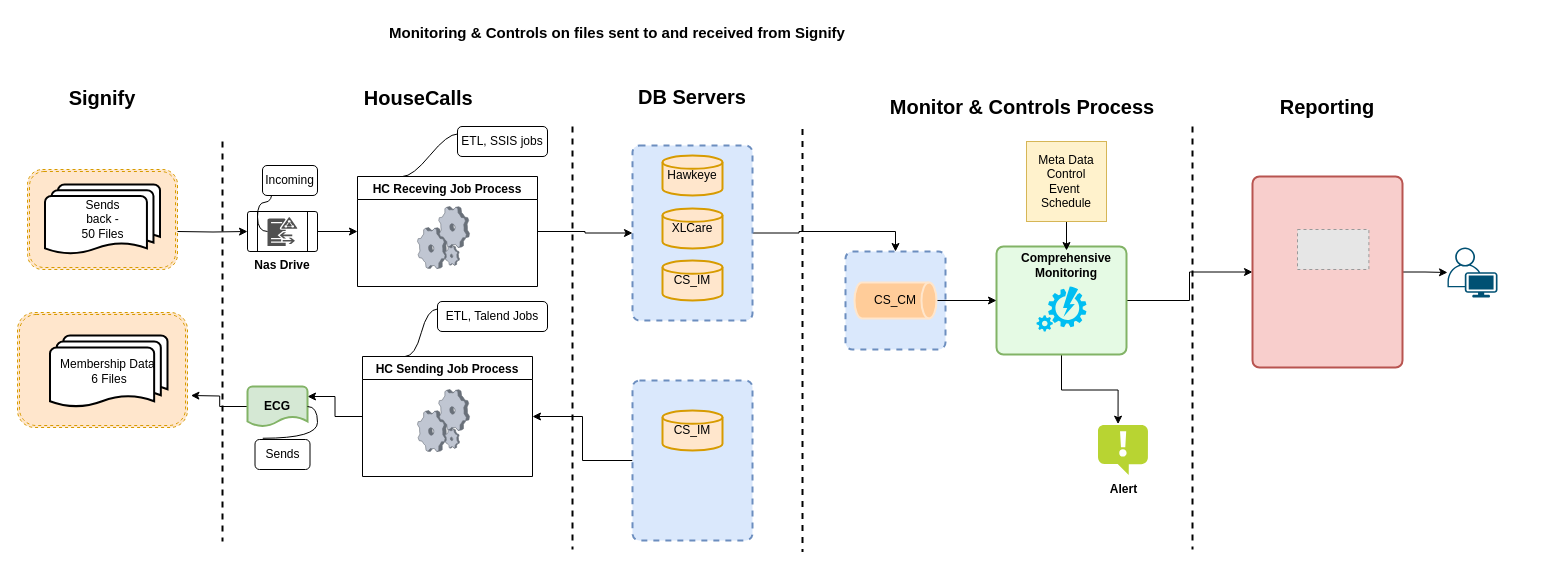
Earlier version of the draw.io diagram Solution.drawio (rajatechserve/mobitech). Source tidied: cells renumbered, new cells numbered last; positions are measured from the earlier drawing's top-left corner, leaving out a move shared by most shapes. Both pictures are drawn from the tidied source at 100%, with x=0, y=0 at pixel (17, 17). Pictures stored in the file or linked from it are replaced by grey dashed boxes.
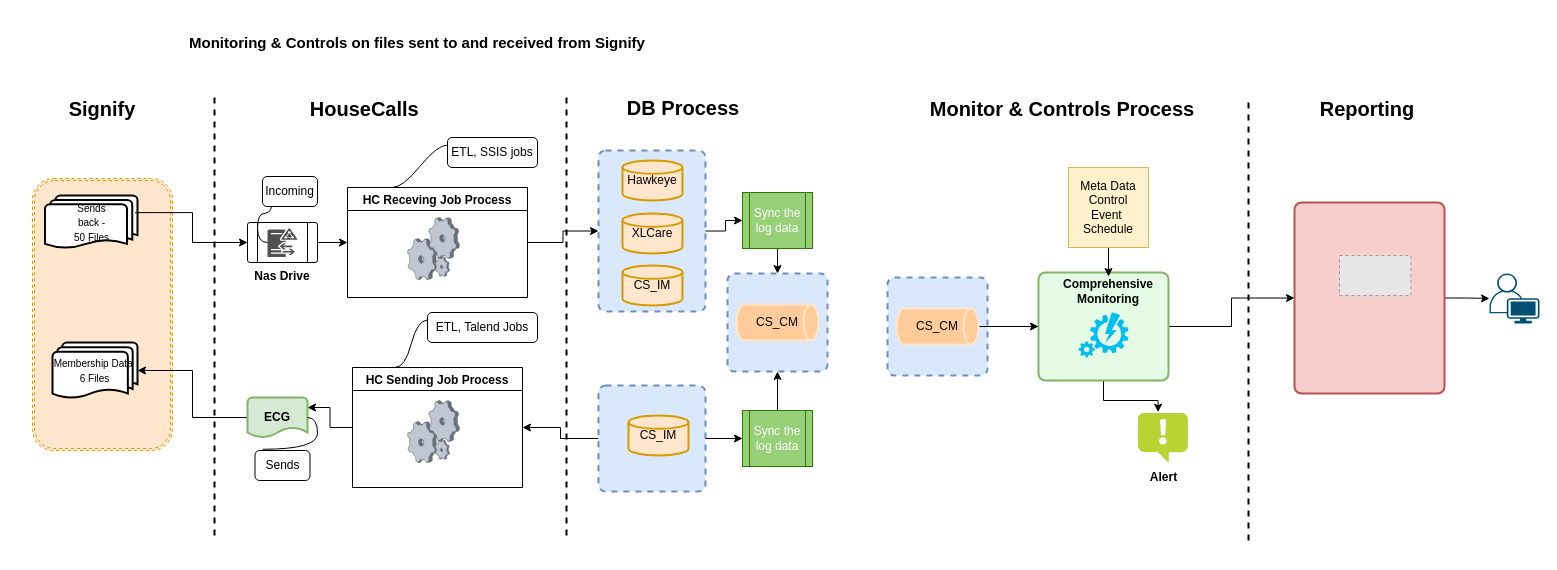
The same diagram, later.

What changed in the source:
```diff
@@
+    <mxCell id="59" style="rounded=1;whiteSpace=wrap;html=1;absoluteArcSize=1;arcSize=14;strokeWidth=2;fillColor=#dae8fc;strokeColor=#6c8ebf;dashed=1;" parent="1" vertex="1">
+      <mxGeometry x="710" y="256" width="100" height="98" as="geometry" />
+    </mxCell>
@@
     <mxCell id="3" style="rounded=1;whiteSpace=wrap;html=1;absoluteArcSize=1;arcSize=14;strokeWidth=2;fillColor=#dae8fc;strokeColor=#6c8ebf;dashed=1;" parent="1" vertex="1">
-      <mxGeometry x="615" y="363" width="120" height="160" as="geometry" />
+      <mxGeometry x="581" y="368" width="107" height="106" as="geometry" />
     </mxCell>
-    <mxCell id="4" style="edgeStyle=orthogonalEdgeStyle;rounded=0;jettySize=auto;html=1;entryX=0.5;entryY=0;entryDx=0;entryDy=0;" parent="1" edge="1" source="5" target="37">
-      <mxGeometry relative="1" as="geometry" />
-    </mxCell>
     <mxCell id="5" style="rounded=1;whiteSpace=wrap;html=1;absoluteArcSize=1;arcSize=14;strokeWidth=2;fillColor=#dae8fc;strokeColor=#6c8ebf;dashed=1;" parent="1" vertex="1">
-      <mxGeometry x="615" y="128" width="120" height="175" as="geometry" />
+      <mxGeometry x="581" y="133" width="107" height="161" as="geometry" />
     </mxCell>
     <mxCell id="6" style="line;strokeWidth=2;direction=south;html=1;dashed=1;" parent="1" vertex="1">
-      <mxGeometry x="200" y="124" width="10" height="400" as="geometry" />
+      <mxGeometry x="192" y="80" width="10" height="440" as="geometry" />
     </mxCell>
-    <mxCell id="7" style="shape=ext;double=1;rounded=1;whiteSpace=wrap;html=1;fillColor=#ffe6cc;strokeColor=#d79b00;dashed=1;" parent="1" vertex="1">
-      <mxGeometry y="295" width="170" height="115" as="geometry" />
-    </mxCell>
@@
     <mxCell id="9" style="shape=ext;double=1;rounded=1;whiteSpace=wrap;html=1;fillColor=#ffe6cc;strokeColor=#d79b00;dashed=1;" parent="1" vertex="1">
-      <mxGeometry x="10" y="152" width="150" height="100" as="geometry" />
+      <mxGeometry x="15" y="161" width="140" height="272" as="geometry" />
     </mxCell>
@@
     <mxCell id="11" value="HC Receving Job Process" style="swimlane;" parent="1" vertex="1">
-      <mxGeometry x="340" y="159" width="180" height="110" as="geometry" />
+      <mxGeometry x="330" y="170" width="180" height="110" as="geometry" />
     </mxCell>
@@
     <mxCell id="13" value="Hawkeye" style="strokeWidth=2;html=1;shape=mxgraph.flowchart.database;whiteSpace=wrap;fillColor=#ffe6cc;strokeColor=#d79b00;" parent="1" vertex="1">
-      <mxGeometry x="645" y="138" width="60" height="40" as="geometry" />
+      <mxGeometry x="605" y="143" width="60" height="40" as="geometry" />
     </mxCell>
     <mxCell id="14" style="line;strokeWidth=2;direction=south;html=1;dashed=1;" parent="1" vertex="1">
-      <mxGeometry x="540" y="109" width="30" height="423" as="geometry" />
+      <mxGeometry x="534" y="80" width="30" height="440" as="geometry" />
     </mxCell>
     <mxCell id="15" value="Signify" style="text;strokeColor=none;align=center;fillColor=none;html=1;verticalAlign=middle;whiteSpace=wrap;rounded=0;fontStyle=1;fontSize=20;" parent="1" vertex="1">
-      <mxGeometry x="55" y="65" width="60" height="30" as="geometry" />
+      <mxGeometry x="55" y="76" width="60" height="30" as="geometry" />
     </mxCell>
-    <mxCell id="16" value="Membership Data&amp;nbsp;&lt;br&gt;6 Files" style="strokeWidth=2;html=1;shape=mxgraph.flowchart.multi-document;whiteSpace=wrap;" parent="1" vertex="1">
-      <mxGeometry x="32.5" y="318" width="117.5" height="72" as="geometry" />
+    <mxCell id="16" value="&lt;font style=&quot;font-size: 10px;&quot;&gt;Membership Data&amp;nbsp;&lt;br&gt;6 Files&lt;/font&gt;" style="strokeWidth=2;html=1;shape=mxgraph.flowchart.multi-document;whiteSpace=wrap;" parent="1" vertex="1">
+      <mxGeometry x="35" y="325" width="85" height="56" as="geometry" />
     </mxCell>
-    <mxCell id="17" value="Sends&lt;br/&gt;back&amp;nbsp;- &lt;br&gt;50 Files" style="strokeWidth=2;html=1;shape=mxgraph.flowchart.multi-document;whiteSpace=wrap;" parent="1" vertex="1">
-      <mxGeometry x="27.5" y="167" width="115" height="70" as="geometry" />
+    <mxCell id="17" value="&lt;font style=&quot;font-size: 10px;&quot;&gt;Sends&lt;br&gt;back&amp;nbsp;- &lt;br&gt;50 Files&lt;/font&gt;" style="strokeWidth=2;html=1;shape=mxgraph.flowchart.multi-document;whiteSpace=wrap;" parent="1" vertex="1">
+      <mxGeometry x="27.5" y="178" width="92.5" height="53" as="geometry" />
     </mxCell>
     <mxCell id="18" value="HouseCalls&amp;nbsp;" style="text;strokeColor=none;align=center;fillColor=none;html=1;verticalAlign=middle;whiteSpace=wrap;rounded=0;fontStyle=1;fontSize=20;" parent="1" vertex="1">
-      <mxGeometry x="374" y="65" width="60" height="30" as="geometry" />
+      <mxGeometry x="320" y="76" width="60" height="30" as="geometry" />
     </mxCell>
-    <mxCell id="19" value="DB Servers" style="text;strokeColor=none;align=center;fillColor=none;html=1;verticalAlign=middle;whiteSpace=wrap;rounded=0;fontStyle=1;fontSize=20;" parent="1" vertex="1">
-      <mxGeometry x="590" y="64" width="170" height="30" as="geometry" />
+    <mxCell id="19" value="DB Process" style="text;strokeColor=none;align=center;fillColor=none;html=1;verticalAlign=middle;whiteSpace=wrap;rounded=0;fontStyle=1;fontSize=20;" parent="1" vertex="1">
+      <mxGeometry x="581" y="75" width="170" height="30" as="geometry" />
     </mxCell>
-    <mxCell id="20" style="edgeStyle=orthogonalEdgeStyle;rounded=0;jettySize=auto;html=1;entryX=1.02;entryY=0.6;entryDx=0;entryDy=0;entryPerimeter=0;exitX=0;exitY=0.5;exitDx=0;exitDy=0;exitPerimeter=0;" parent="1" edge="1" source="30">
-      <mxGeometry relative="1" as="geometry">
-        <mxPoint x="173.4" y="378" as="targetPoint" />
-      </mxGeometry>
+    <mxCell id="20" style="edgeStyle=orthogonalEdgeStyle;rounded=0;jettySize=auto;html=1;entryX=1;entryY=0.5;entryDx=0;entryDy=0;entryPerimeter=0;exitX=0;exitY=0.5;exitDx=0;exitDy=0;exitPerimeter=0;" parent="1" edge="1" source="30" target="16">
+      <mxGeometry relative="1" as="geometry" />
     </mxCell>
@@
     <mxCell id="22" value="HC Sending Job Process" style="swimlane;" parent="1" vertex="1">
-      <mxGeometry x="345" y="339" width="170" height="120" as="geometry" />
+      <mxGeometry x="335" y="350" width="170" height="120" as="geometry" />
     </mxCell>
@@
     <mxCell id="24" value="XLCare" style="strokeWidth=2;html=1;shape=mxgraph.flowchart.database;whiteSpace=wrap;fillColor=#ffe6cc;strokeColor=#d79b00;" parent="1" vertex="1">
-      <mxGeometry x="645" y="191" width="60" height="40" as="geometry" />
+      <mxGeometry x="605" y="196" width="60" height="40" as="geometry" />
     </mxCell>
     <mxCell id="25" value="CS_IM" style="strokeWidth=2;html=1;shape=mxgraph.flowchart.database;whiteSpace=wrap;fillColor=#ffe6cc;strokeColor=#d79b00;" parent="1" vertex="1">
-      <mxGeometry x="645" y="243" width="60" height="40" as="geometry" />
+      <mxGeometry x="605" y="248" width="60" height="40" as="geometry" />
     </mxCell>
     <mxCell id="26" value="CS_IM" style="strokeWidth=2;html=1;shape=mxgraph.flowchart.database;whiteSpace=wrap;fillColor=#ffe6cc;strokeColor=#d79b00;" parent="1" vertex="1">
-      <mxGeometry x="645" y="393" width="60" height="40" as="geometry" />
+      <mxGeometry x="611" y="398" width="60" height="40" as="geometry" />
     </mxCell>
-    <mxCell id="27" style="edgeStyle=orthogonalEdgeStyle;rounded=0;jettySize=auto;html=1;entryX=0;entryY=0.5;entryDx=0;entryDy=0;" parent="1" edge="1" target="28">
-      <mxGeometry relative="1" as="geometry">
-        <mxPoint x="160" y="214" as="sourcePoint" />
-      </mxGeometry>
+    <mxCell id="27" style="edgeStyle=orthogonalEdgeStyle;rounded=0;jettySize=auto;html=1;entryX=0;entryY=0.5;entryDx=0;entryDy=0;exitX=0.973;exitY=0.323;exitDx=0;exitDy=0;exitPerimeter=0;" parent="1" edge="1" source="17" target="28">
+      <mxGeometry relative="1" as="geometry" />
     </mxCell>
     <mxCell id="28" value="&lt;b&gt;Nas Drive&lt;/b&gt;" style="verticalLabelPosition=bottom;verticalAlign=top;html=1;shape=process;whiteSpace=wrap;rounded=1;size=0.14;arcSize=6;" parent="1" vertex="1">
-      <mxGeometry x="230" y="194" width="70" height="40" as="geometry" />
+      <mxGeometry x="230" y="205" width="70" height="40" as="geometry" />
     </mxCell>
     <mxCell id="29" style="sketch=0;shadow=0;dashed=0;html=1;strokeColor=none;fillColor=#505050;labelPosition=center;verticalLabelPosition=bottom;verticalAlign=top;outlineConnect=0;align=center;shape=mxgraph.office.servers.active_directory_federation_services_proxy;" parent="1" vertex="1">
-      <mxGeometry x="250" y="199.6" width="30" height="28.8" as="geometry" />
+      <mxGeometry x="250" y="210.6" width="30" height="28.8" as="geometry" />
     </mxCell>
     <mxCell id="30" value="&lt;b&gt;ECG&lt;/b&gt;" style="strokeWidth=2;html=1;shape=mxgraph.flowchart.document2;whiteSpace=wrap;size=0.25;fillColor=#d5e8d4;strokeColor=#82b366;" parent="1" vertex="1">
-      <mxGeometry x="230" y="369" width="60" height="40" as="geometry" />
+      <mxGeometry x="230" y="380" width="60" height="40" as="geometry" />
     </mxCell>
@@
     <mxCell id="32" value="ETL, SSIS jobs" style="rounded=1;whiteSpace=wrap;html=1;" parent="1" vertex="1">
-      <mxGeometry x="440" y="109" width="90" height="30" as="geometry" />
+      <mxGeometry x="430" y="120" width="90" height="30" as="geometry" />
     </mxCell>
     <mxCell id="33" value="ETL, Talend Jobs" style="rounded=1;whiteSpace=wrap;html=1;" parent="1" vertex="1">
-      <mxGeometry x="420" y="284" width="110" height="30" as="geometry" />
+      <mxGeometry x="410" y="295" width="110" height="30" as="geometry" />
     </mxCell>
@@
-    <mxCell id="35" style="line;strokeWidth=2;direction=south;html=1;dashed=1;" parent="1" vertex="1">
-      <mxGeometry x="770" y="111.5" width="30" height="423" as="geometry" />
-    </mxCell>
     <mxCell id="36" value="Reporting" style="text;strokeColor=none;align=center;fillColor=none;html=1;verticalAlign=middle;whiteSpace=wrap;rounded=0;fontStyle=1;fontSize=20;" parent="1" vertex="1">
-      <mxGeometry x="1220" y="74" width="180" height="30" as="geometry" />
+      <mxGeometry x="1260" y="76" width="180" height="30" as="geometry" />
     </mxCell>
     <mxCell id="37" style="rounded=1;whiteSpace=wrap;html=1;absoluteArcSize=1;arcSize=14;strokeWidth=2;fillColor=#dae8fc;strokeColor=#6c8ebf;dashed=1;" parent="1" vertex="1">
-      <mxGeometry x="828" y="234" width="100" height="98" as="geometry" />
+      <mxGeometry x="870" y="260" width="100" height="98" as="geometry" />
     </mxCell>
@@
     <mxCell id="40" style="rounded=1;whiteSpace=wrap;html=1;absoluteArcSize=1;arcSize=14;strokeWidth=2;fillColor=#E5FAE4;strokeColor=#82b366;" parent="1" vertex="1">
-      <mxGeometry x="979" y="229" width="130" height="108" as="geometry" />
+      <mxGeometry x="1021" y="255" width="130" height="108" as="geometry" />
     </mxCell>
@@
     <mxCell id="42" value="Meta Data&lt;br&gt;Control&lt;br&gt;Event&amp;nbsp;&lt;br&gt;Schedule" style="whiteSpace=wrap;html=1;fillColor=#fff2cc;strokeColor=#d6b656;" parent="1" vertex="1">
-      <mxGeometry x="1009" y="124" width="80" height="80" as="geometry" />
+      <mxGeometry x="1051" y="150" width="80" height="80" as="geometry" />
     </mxCell>
     <mxCell id="43" style="verticalLabelPosition=bottom;html=1;verticalAlign=top;align=center;strokeColor=none;fillColor=#00BEF2;shape=mxgraph.azure.automation;" parent="1" vertex="1">
-      <mxGeometry x="1019" y="269" width="50" height="45" as="geometry" />
+      <mxGeometry x="1061" y="295" width="50" height="45" as="geometry" />
     </mxCell>
     <mxCell id="44" value="Comprehensive Monitoring" style="text;strokeColor=none;align=center;fillColor=none;html=1;verticalAlign=middle;whiteSpace=wrap;rounded=0;fontStyle=1;" parent="1" vertex="1">
-      <mxGeometry x="1019" y="233" width="60" height="30" as="geometry" />
+      <mxGeometry x="1061" y="259" width="60" height="30" as="geometry" />
     </mxCell>
     <mxCell id="45" value="&lt;b&gt;Alert&lt;/b&gt;" style="image;sketch=0;html=1;points=[];align=center;fontSize=12;image=img/lib/mscae/Notification.svg;" parent="1" vertex="1">
-      <mxGeometry x="1081" y="408" width="50" height="50" as="geometry" />
+      <mxGeometry x="1121" y="396" width="50" height="50" as="geometry" />
     </mxCell>
     <mxCell id="46" style="line;strokeWidth=2;direction=south;html=1;dashed=1;" parent="1" vertex="1">
-      <mxGeometry x="1160" y="109" width="30" height="423" as="geometry" />
+      <mxGeometry x="1216" y="85" width="30" height="440" as="geometry" />
     </mxCell>
@@
     <mxCell id="48" value="Incoming" style="rounded=1;whiteSpace=wrap;html=1;" parent="1" vertex="1">
-      <mxGeometry x="245" y="148" width="55" height="30" as="geometry" />
+      <mxGeometry x="245" y="159" width="55" height="30" as="geometry" />
     </mxCell>
@@
     <mxCell id="50" value="Sends" style="rounded=1;whiteSpace=wrap;html=1;" parent="1" vertex="1">
-      <mxGeometry x="237.5" y="422" width="55" height="30" as="geometry" />
+      <mxGeometry x="237.5" y="433" width="55" height="30" as="geometry" />
     </mxCell>
     <mxCell id="51" value="&lt;b style=&quot;border-color: var(--border-color);&quot;&gt;Monitoring &amp;amp;&amp;nbsp;&lt;b style=&quot;background-color: initial;&quot;&gt;Controls&lt;/b&gt;&lt;b style=&quot;background-color: initial;&quot;&gt;&amp;nbsp;on files sent to and received from Signify&lt;/b&gt;&lt;b style=&quot;background-color: initial;&quot;&gt;&lt;br&gt;&lt;/b&gt;&lt;/b&gt;" style="text;strokeColor=none;align=center;fillColor=none;html=1;verticalAlign=middle;whiteSpace=wrap;rounded=0;fontStyle=1;fontSize=15;" parent="1" vertex="1">
-      <mxGeometry x="130" width="940" height="30" as="geometry" />
+      <mxGeometry x="30" y="10" width="740" height="30" as="geometry" />
     </mxCell>
@@
     <mxCell id="53" value="CS_CM" style="strokeWidth=2;html=1;shape=mxgraph.flowchart.direct_data;whiteSpace=wrap;fillColor=#ffcc99;strokeColor=#FFE6CC;" parent="1" vertex="1">
-      <mxGeometry x="837" y="265" width="82" height="36" as="geometry" />
+      <mxGeometry x="879" y="291" width="82" height="36" as="geometry" />
     </mxCell>
@@
     <mxCell id="55" style="rounded=1;whiteSpace=wrap;html=1;absoluteArcSize=1;arcSize=14;strokeWidth=2;fillColor=#f8cecc;strokeColor=#b85450;" parent="1" vertex="1">
-      <mxGeometry x="1235" y="159" width="150" height="191" as="geometry" />
+      <mxGeometry x="1277" y="185" width="150" height="191" as="geometry" />
     </mxCell>
     <mxCell id="56" value="Monitor &amp;amp; Controls Process" style="text;strokeColor=none;align=center;fillColor=none;html=1;verticalAlign=middle;whiteSpace=wrap;rounded=0;fontStyle=1;fontSize=20;" parent="1" vertex="1">
-      <mxGeometry x="870" y="74" width="270" height="30" as="geometry" />
+      <mxGeometry x="910" y="76" width="270" height="30" as="geometry" />
     </mxCell>
     <mxCell id="57" style="points=[[0.35,0,0],[0.98,0.51,0],[1,0.71,0],[0.67,1,0],[0,0.795,0],[0,0.65,0]];verticalLabelPosition=bottom;sketch=0;html=1;verticalAlign=top;align=center;shape=mxgraph.cisco19.user;fillColor=#005073;strokeColor=none;" parent="1" vertex="1">
-      <mxGeometry x="1430" y="230" width="50" height="50" as="geometry" />
+      <mxGeometry x="1472" y="256" width="50" height="50" as="geometry" />
     </mxCell>
     <mxCell id="58" style="fillColor=#E6E6E6;strokeColor=#999999;dashed=1;verticalLabelPosition=bottom;verticalAlign=top;" parent="1" vertex="1">
-      <mxGeometry x="1280" y="212" width="71.4" height="40" as="geometry" />
+      <mxGeometry x="1322" y="238" width="71.4" height="40" as="geometry" />
     </mxCell>
+    <mxCell id="60" value="CS_CM" style="strokeWidth=2;html=1;shape=mxgraph.flowchart.direct_data;whiteSpace=wrap;fillColor=#ffcc99;strokeColor=#FFE6CC;" parent="1" vertex="1">
+      <mxGeometry x="719" y="287" width="82" height="36" as="geometry" />
+    </mxCell>
+    <mxCell id="61" style="edgeStyle=orthogonalEdgeStyle;rounded=0;jettySize=auto;html=1;entryX=0;entryY=0.5;entryDx=0;entryDy=0;" parent="1" edge="1" source="3" target="63">
+      <mxGeometry relative="1" as="geometry" />
+    </mxCell>
+    <mxCell id="62" style="edgeStyle=orthogonalEdgeStyle;rounded=0;jettySize=auto;html=1;entryX=0.5;entryY=1;entryDx=0;entryDy=0;" parent="1" edge="1" source="63" target="59">
+      <mxGeometry relative="1" as="geometry" />
+    </mxCell>
+    <mxCell id="63" value="Sync the log data" style="shape=process;whiteSpace=wrap;html=1;backgroundOutline=1;fillColor=#97D077;fontColor=#ffffff;strokeColor=#2D7600;" parent="1" vertex="1">
+      <mxGeometry x="725" y="393" width="70" height="56" as="geometry" />
+    </mxCell>
+    <mxCell id="64" style="edgeStyle=orthogonalEdgeStyle;rounded=0;jettySize=auto;html=1;entryX=0;entryY=0.5;entryDx=0;entryDy=0;" parent="1" edge="1" source="5" target="66">
+      <mxGeometry relative="1" as="geometry" />
+    </mxCell>
+    <mxCell id="65" style="edgeStyle=orthogonalEdgeStyle;rounded=0;jettySize=auto;html=1;entryX=0.5;entryY=0;entryDx=0;entryDy=0;" parent="1" edge="1" source="66" target="59">
+      <mxGeometry relative="1" as="geometry" />
+    </mxCell>
+    <mxCell id="66" value="Sync the log data" style="shape=process;whiteSpace=wrap;html=1;backgroundOutline=1;fillColor=#97D077;fontColor=#ffffff;strokeColor=#2D7600;" parent="1" vertex="1">
+      <mxGeometry x="725" y="175" width="70" height="56" as="geometry" />
+    </mxCell>
```
